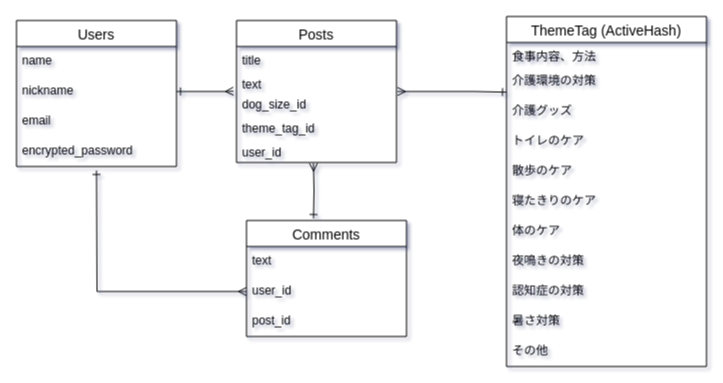
Earlier version of the draw.io diagram ER.dio (Amanatsu90/pet_care). Source tidied: cells renumbered, new cells numbered last; positions are measured from the earlier drawing's top-left corner, leaving out a move shared by most shapes. Both pictures are drawn from the tidied source at 100%, with x=0, y=0 at pixel (16, 16).
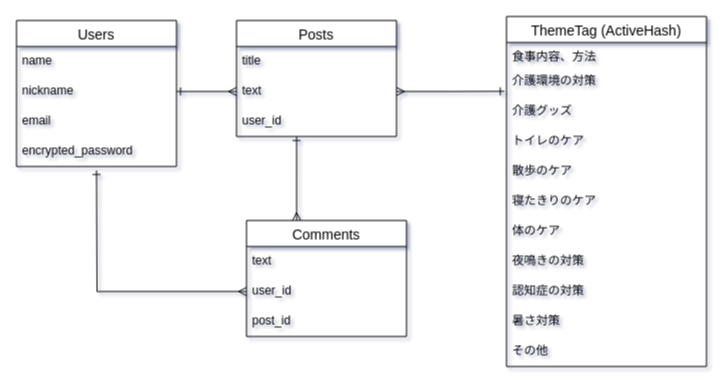
Above is the later version.

Unchanged cells that the change refers to:
```xml
<mxCell id="4" value="nickname" style="text;strokeColor=none;fillColor=none;spacingLeft=4;spacingRight=4;overflow=hidden;points=[[0,0.5],[1,0.5]];portConstraint=eastwest;fontSize=12;" parent="2" vertex="1">
  <mxGeometry y="56" width="160" height="30" as="geometry" />
</mxCell>
<mxCell id="14" value="Comments" style="swimlane;fontStyle=0;horizontal=1;startSize=26;align=center;fontSize=14;" parent="1" vertex="1">
  <mxGeometry x="230" y="204" width="160" height="116" as="geometry" />
</mxCell>
<mxCell id="22" value="介護環境の対策" style="text;strokeColor=none;fillColor=none;spacingLeft=4;spacingRight=4;overflow=hidden;points=[[0,0.5],[1,0.5]];portConstraint=eastwest;fontSize=12;" parent="20" vertex="1">
  <mxGeometry y="50" width="200" height="30" as="geometry" />
</mxCell>
```

Diff of the diagram source:
```diff
@@
     <mxCell id="7" value="Posts" style="swimlane;fontStyle=0;horizontal=1;startSize=26;align=center;fontSize=14;" parent="1" vertex="1">
-      <mxGeometry x="220" y="4" width="160" height="142" as="geometry" />
+      <mxGeometry x="220" y="4" width="160" height="116" as="geometry" />
     </mxCell>
     <mxCell id="8" value="title" style="text;strokeColor=none;fillColor=none;spacingLeft=4;spacingRight=4;overflow=hidden;fontSize=12;" parent="7" vertex="1">
-      <mxGeometry y="26" width="160" height="24" as="geometry" />
+      <mxGeometry y="26" width="160" height="30" as="geometry" />
     </mxCell>
     <mxCell id="9" value="text" style="text;strokeColor=none;fillColor=none;spacingLeft=4;spacingRight=4;overflow=hidden;points=[[0,0.5],[1,0.5]];portConstraint=eastwest;fontSize=12;" parent="7" vertex="1">
-      <mxGeometry y="50" width="160" height="20" as="geometry" />
+      <mxGeometry y="56" width="160" height="30" as="geometry" />
     </mxCell>
-    <mxCell id="10" value="dog_size_id" style="text;strokeColor=none;fillColor=none;spacingLeft=4;spacingRight=4;overflow=hidden;points=[[0,0.5],[1,0.5]];portConstraint=eastwest;fontSize=12;fontStyle=0;" parent="7" vertex="1">
-      <mxGeometry y="70" width="160" height="24" as="geometry" />
+    <mxCell id="10" value="user_id" style="text;strokeColor=none;fillColor=none;spacingLeft=4;spacingRight=4;overflow=hidden;points=[[0,0.5],[1,0.5]];portConstraint=eastwest;fontSize=12;" parent="7" vertex="1">
+      <mxGeometry y="86" width="160" height="30" as="geometry" />
     </mxCell>
-    <mxCell id="11" value="theme_tag_id" style="text;strokeColor=none;fillColor=none;spacingLeft=4;spacingRight=4;overflow=hidden;fontSize=12;fontStyle=0;" parent="7" vertex="1">
-      <mxGeometry y="94" width="160" height="24" as="geometry" />
-    </mxCell>
-    <mxCell id="12" value="user_id" style="text;strokeColor=none;fillColor=none;spacingLeft=4;spacingRight=4;overflow=hidden;points=[[0,0.5],[1,0.5]];portConstraint=eastwest;fontSize=12;fontStyle=0;" parent="7" vertex="1">
-      <mxGeometry y="118" width="160" height="24" as="geometry" />
-    </mxCell>
-    <mxCell id="13" style="edgeStyle=orthogonalEdgeStyle;rounded=0;jettySize=auto;html=1;entryX=0.481;entryY=1.028;entryDx=0;entryDy=0;entryPerimeter=0;startArrow=ERone;startFill=0;endArrow=ERmany;endFill=0;" parent="1" edge="1" target="12">
-      <mxGeometry relative="1" as="geometry">
-        <mxPoint x="297" y="202" as="sourcePoint" />
-      </mxGeometry>
-    </mxCell>
+    <mxCell id="33" style="edgeStyle=orthogonalEdgeStyle;rounded=0;jettySize=auto;html=1;startArrow=ERmany;startFill=0;endArrow=ERone;endFill=0;exitX=0.313;exitY=0;exitDx=0;exitDy=0;exitPerimeter=0;" parent="1" edge="1" source="14" target="10">
+      <mxGeometry relative="1" as="geometry">
+        <Array as="points">
+          <mxPoint x="280" y="144" />
+          <mxPoint x="280" y="144" />
+        </Array>
+      </mxGeometry>
+    </mxCell>
@@
-    <mxCell id="18" style="edgeStyle=orthogonalEdgeStyle;rounded=0;jettySize=auto;html=1;exitX=1;exitY=0.5;exitDx=0;exitDy=0;endArrow=ERmany;endFill=0;startArrow=ERone;startFill=0;entryX=-0.019;entryY=0.028;entryDx=0;entryDy=0;entryPerimeter=0;" parent="1" edge="1" source="4" target="10">
-      <mxGeometry relative="1" as="geometry">
-        <Array as="points">
-          <mxPoint x="210" y="75" />
-          <mxPoint x="210" y="75" />
-        </Array>
-      </mxGeometry>
+    <mxCell id="18" style="edgeStyle=orthogonalEdgeStyle;rounded=0;jettySize=auto;html=1;exitX=1;exitY=0.5;exitDx=0;exitDy=0;entryX=0;entryY=0.5;entryDx=0;entryDy=0;endArrow=ERmany;endFill=0;startArrow=ERone;startFill=0;" parent="1" edge="1" source="4" target="9">
+      <mxGeometry relative="1" as="geometry" />
     </mxCell>
@@
-    <mxCell id="32" style="edgeStyle=orthogonalEdgeStyle;rounded=0;jettySize=auto;html=1;entryX=0;entryY=0.856;entryDx=0;entryDy=0;entryPerimeter=0;startArrow=ERmany;startFill=0;endArrow=ERone;endFill=0;" parent="1" edge="1" target="22">
-      <mxGeometry relative="1" as="geometry">
-        <mxPoint x="381" y="75" as="sourcePoint" />
-        <Array as="points">
-          <mxPoint x="458" y="75" />
-        </Array>
-      </mxGeometry>
+    <mxCell id="32" style="edgeStyle=orthogonalEdgeStyle;rounded=0;jettySize=auto;html=1;exitX=1;exitY=0.5;exitDx=0;exitDy=0;entryX=-0.011;entryY=0.828;entryDx=0;entryDy=0;entryPerimeter=0;startArrow=ERmany;startFill=0;endArrow=ERone;endFill=0;" parent="1" edge="1" source="9" target="22">
+      <mxGeometry relative="1" as="geometry" />
     </mxCell>
```
